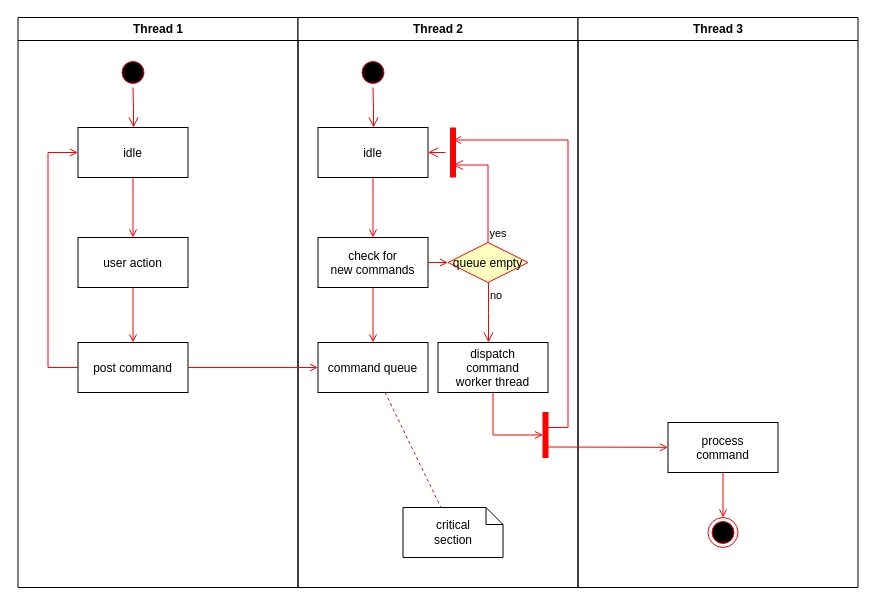
This is Untitled Diagram.drawio from haoyunfeix/note, a draw.io file, before an edit. Source tidied: cells renumbered, new cells numbered last; positions are measured from the earlier drawing's top-left corner, leaving out a move shared by most shapes. Both pictures are drawn from the tidied source at 100%, with x=0, y=0 at pixel (17, 17).
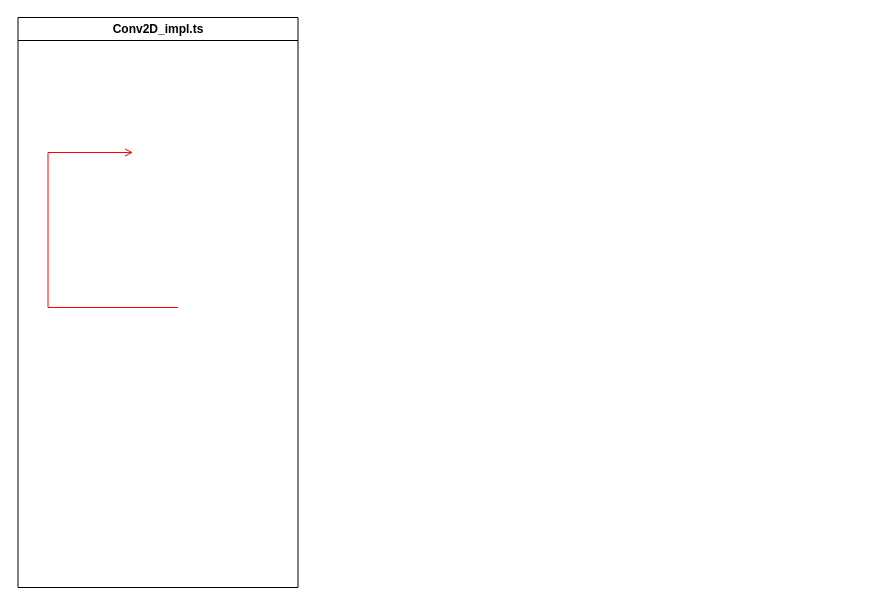
After the change.

The edit, as a diff of the source:
```diff
@@
-    <mxCell id="2" value="Thread 1" style="swimlane;whiteSpace=wrap;" parent="1" vertex="1">
+    <mxCell id="2" value="Conv2D_impl.ts" style="swimlane;whiteSpace=wrap;" parent="1" vertex="1">
       <mxGeometry x="0.5" width="280" height="570" as="geometry" />
     </mxCell>
-    <mxCell id="3" style="ellipse;shape=startState;fillColor=#000000;strokeColor=#ff0000;" parent="2" vertex="1">
-      <mxGeometry x="100" y="40" width="30" height="30" as="geometry" />
-    </mxCell>
-    <mxCell id="4" style="edgeStyle=elbowEdgeStyle;elbow=horizontal;verticalAlign=bottom;endArrow=open;endSize=8;strokeColor=#FF0000;endFill=1;rounded=0;" parent="2" edge="1" source="3" target="5">
-      <mxGeometry x="100" y="40" as="geometry" />
-    </mxCell>
-    <mxCell id="5" value="idle" parent="2" vertex="1">
-      <mxGeometry x="60" y="110" width="110" height="50" as="geometry" />
-    </mxCell>
-    <mxCell id="6" value="user action" parent="2" vertex="1">
-      <mxGeometry x="60" y="220" width="110" height="50" as="geometry" />
-    </mxCell>
-    <mxCell id="7" style="endArrow=open;strokeColor=#FF0000;endFill=1;rounded=0;" parent="2" edge="1" source="5" target="6">
-      <mxGeometry relative="1" as="geometry" />
-    </mxCell>
-    <mxCell id="8" value="post command" parent="2" vertex="1">
-      <mxGeometry x="60" y="325" width="110" height="50" as="geometry" />
-    </mxCell>
-    <mxCell id="9" style="endArrow=open;strokeColor=#FF0000;endFill=1;rounded=0;" parent="2" edge="1" source="6" target="8">
-      <mxGeometry relative="1" as="geometry" />
-    </mxCell>
-    <mxCell id="10" style="edgeStyle=elbowEdgeStyle;elbow=horizontal;strokeColor=#FF0000;endArrow=open;endFill=1;rounded=0;" parent="2" edge="1" source="8" target="5">
+    <mxCell id="10" style="edgeStyle=elbowEdgeStyle;elbow=horizontal;strokeColor=#FF0000;endArrow=open;endFill=1;rounded=0;" parent="2" edge="1">
       <mxGeometry relative="1" as="geometry">
+        <mxPoint x="160" y="290" as="sourcePoint" />
+        <mxPoint x="115" y="135" as="targetPoint" />
         <Array as="points">
           <mxPoint x="30" y="250" />
         </Array>
       </mxGeometry>
     </mxCell>
-    <mxCell id="11" value="Thread 2" style="swimlane;whiteSpace=wrap;" parent="1" vertex="1">
-      <mxGeometry x="280.5" width="280" height="570" as="geometry" />
-    </mxCell>
-    <mxCell id="12" style="ellipse;shape=startState;fillColor=#000000;strokeColor=#ff0000;" parent="11" vertex="1">
-      <mxGeometry x="60" y="40" width="30" height="30" as="geometry" />
-    </mxCell>
-    <mxCell id="13" style="edgeStyle=elbowEdgeStyle;elbow=horizontal;verticalAlign=bottom;endArrow=open;endSize=8;strokeColor=#FF0000;endFill=1;rounded=0;" parent="11" edge="1" source="12" target="14">
-      <mxGeometry x="40" y="20" as="geometry" />
-    </mxCell>
-    <mxCell id="14" value="idle" parent="11" vertex="1">
-      <mxGeometry x="20" y="110" width="110" height="50" as="geometry" />
-    </mxCell>
-    <mxCell id="15" value="check for &#10;new commands" parent="11" vertex="1">
-      <mxGeometry x="20" y="220" width="110" height="50" as="geometry" />
-    </mxCell>
-    <mxCell id="16" style="endArrow=open;strokeColor=#FF0000;endFill=1;rounded=0;" parent="11" edge="1" source="14" target="15">
-      <mxGeometry relative="1" as="geometry" />
-    </mxCell>
-    <mxCell id="17" value="command queue" parent="11" vertex="1">
-      <mxGeometry x="20" y="325" width="110" height="50" as="geometry" />
-    </mxCell>
-    <mxCell id="18" style="endArrow=open;strokeColor=#FF0000;endFill=1;rounded=0;" parent="11" edge="1" source="15" target="17">
-      <mxGeometry relative="1" as="geometry" />
-    </mxCell>
-    <mxCell id="19" value="queue empty" style="rhombus;fillColor=#ffffc0;strokeColor=#ff0000;" parent="11" vertex="1">
-      <mxGeometry x="150" y="225" width="80" height="40" as="geometry" />
-    </mxCell>
-    <mxCell id="20" value="yes" style="edgeStyle=elbowEdgeStyle;elbow=horizontal;align=left;verticalAlign=bottom;endArrow=open;endSize=8;strokeColor=#FF0000;exitX=0.5;exitY=0;endFill=1;rounded=0;entryX=0.75;entryY=0.5;entryPerimeter=0;" parent="11" edge="1" source="19" target="23">
-      <mxGeometry x="-1" relative="1" as="geometry">
-        <Array as="points">
-          <mxPoint x="190" y="180" />
-        </Array>
-      </mxGeometry>
-    </mxCell>
-    <mxCell id="21" value="no" style="edgeStyle=elbowEdgeStyle;elbow=horizontal;align=left;verticalAlign=top;endArrow=open;endSize=8;strokeColor=#FF0000;endFill=1;rounded=0;" parent="11" edge="1" source="19" target="25">
-      <mxGeometry x="-1" relative="1" as="geometry" />
-    </mxCell>
-    <mxCell id="22" style="endArrow=open;strokeColor=#FF0000;endFill=1;rounded=0;" parent="11" edge="1" source="15" target="19">
-      <mxGeometry relative="1" as="geometry" />
-    </mxCell>
-    <mxCell id="23" style="shape=line;strokeWidth=6;strokeColor=#ff0000;rotation=90;" parent="11" vertex="1">
-      <mxGeometry x="130" y="127.5" width="50" height="15" as="geometry" />
-    </mxCell>
-    <mxCell id="24" style="edgeStyle=elbowEdgeStyle;elbow=horizontal;verticalAlign=bottom;endArrow=open;endSize=8;strokeColor=#FF0000;endFill=1;rounded=0;" parent="11" edge="1" source="23" target="14">
-      <mxGeometry x="130" y="90" as="geometry" />
-    </mxCell>
-    <mxCell id="25" value="dispatch&#10;command&#10;worker thread" parent="11" vertex="1">
-      <mxGeometry x="140" y="325" width="110" height="50" as="geometry" />
-    </mxCell>
-    <mxCell id="26" value="critical&#10;section" style="shape=note;whiteSpace=wrap;size=17;" parent="11" vertex="1">
-      <mxGeometry x="105" y="490" width="100" height="50" as="geometry" />
-    </mxCell>
-    <mxCell id="27" style="endArrow=none;strokeColor=#FF0000;endFill=0;rounded=0;dashed=1;" parent="11" edge="1" source="17" target="26">
-      <mxGeometry relative="1" as="geometry" />
-    </mxCell>
-    <mxCell id="28" style="whiteSpace=wrap;strokeColor=#FF0000;fillColor=#FF0000;" parent="11" vertex="1">
-      <mxGeometry x="245" y="395" width="5" height="45" as="geometry" />
-    </mxCell>
-    <mxCell id="29" style="edgeStyle=elbowEdgeStyle;elbow=horizontal;entryX=0;entryY=0.5;strokeColor=#FF0000;endArrow=open;endFill=1;rounded=0;" parent="11" edge="1" source="25" target="28">
-      <mxGeometry relative="1" as="geometry">
-        <Array as="points">
-          <mxPoint x="195" y="400" />
-        </Array>
-      </mxGeometry>
-    </mxCell>
-    <mxCell id="30" value="Thread 3" style="swimlane;whiteSpace=wrap;" parent="1" vertex="1">
-      <mxGeometry x="560.5" width="280" height="570" as="geometry" />
-    </mxCell>
-    <mxCell id="31" value="process&#10;command" parent="30" vertex="1">
-      <mxGeometry x="90" y="405" width="110" height="50" as="geometry" />
-    </mxCell>
-    <mxCell id="32" style="edgeStyle=elbowEdgeStyle;elbow=horizontal;strokeColor=#FF0000;endArrow=open;endFill=1;rounded=0;entryX=0.25;entryY=0.5;entryPerimeter=0;" parent="30" edge="1" target="23">
-      <mxGeometry relative="1" as="geometry">
-        <mxPoint x="-30" y="410" as="sourcePoint" />
-        <Array as="points">
-          <mxPoint x="-10" y="135" />
-        </Array>
-      </mxGeometry>
-    </mxCell>
-    <mxCell id="33" style="edgeStyle=none;strokeColor=#FF0000;endArrow=open;endFill=1;rounded=0;" parent="30" edge="1" target="31">
-      <mxGeometry relative="1" as="geometry">
-        <mxPoint x="-30" y="429.5" as="sourcePoint" />
-      </mxGeometry>
-    </mxCell>
-    <mxCell id="34" style="ellipse;shape=endState;fillColor=#000000;strokeColor=#ff0000;" parent="30" vertex="1">
-      <mxGeometry x="130" y="500" width="30" height="30" as="geometry" />
-    </mxCell>
-    <mxCell id="35" style="endArrow=open;strokeColor=#FF0000;endFill=1;rounded=0;" parent="30" edge="1" source="31" target="34">
-      <mxGeometry relative="1" as="geometry" />
-    </mxCell>
-    <mxCell id="36" style="endArrow=open;strokeColor=#FF0000;endFill=1;rounded=0;" parent="1" edge="1" source="8" target="17">
-      <mxGeometry relative="1" as="geometry" />
-    </mxCell>
```
